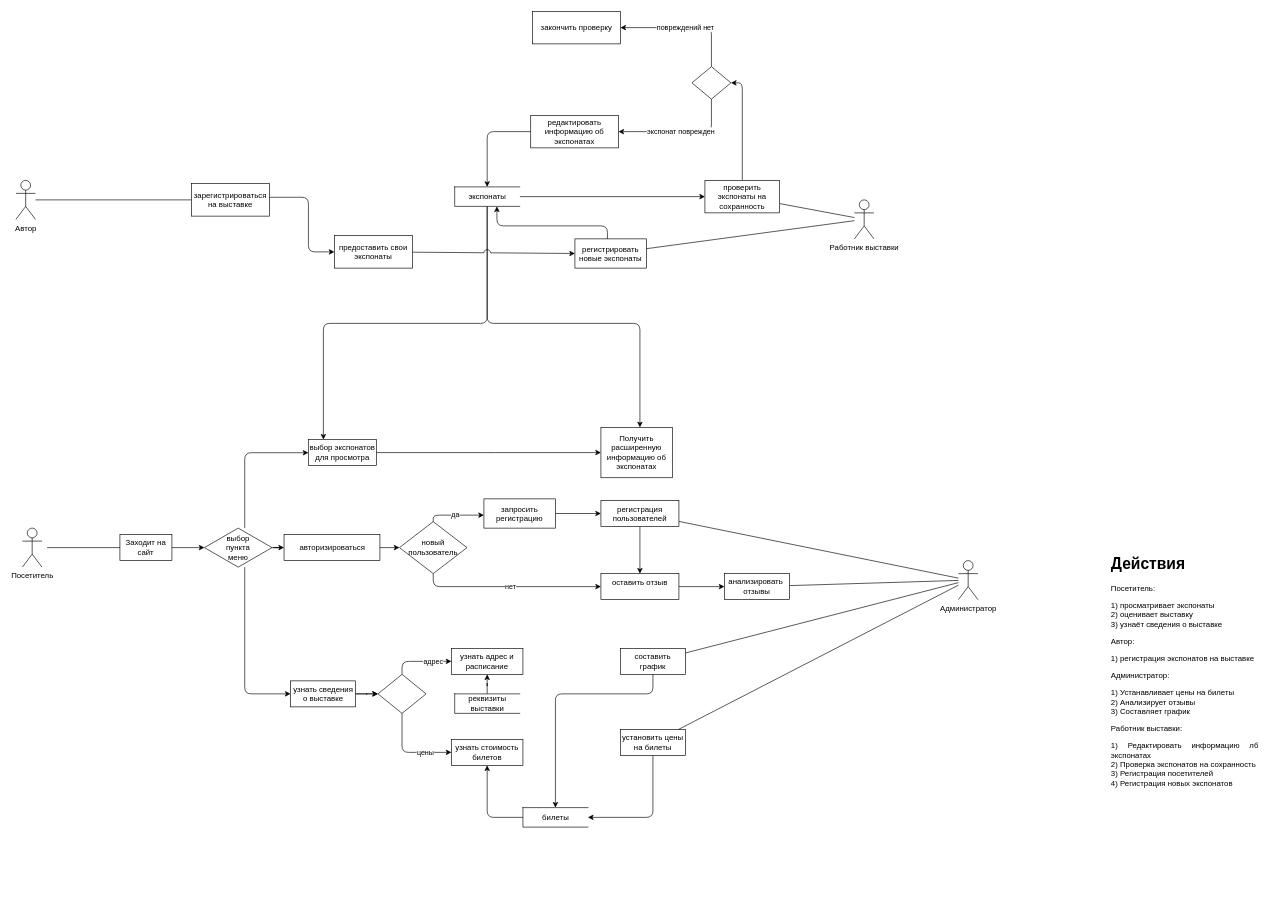
Earlier version of the draw.io diagram page "Page-1" (1 of 2) of Diagrams/DFD_use-case.drawio (OlgaMats/-). Source tidied: cells renumbered, new cells numbered last; positions are measured from the earlier drawing's top-left corner, leaving out a move shared by most shapes. Both pictures are drawn from the tidied source at 65%, with x=0, y=0 at pixel (16, 11).
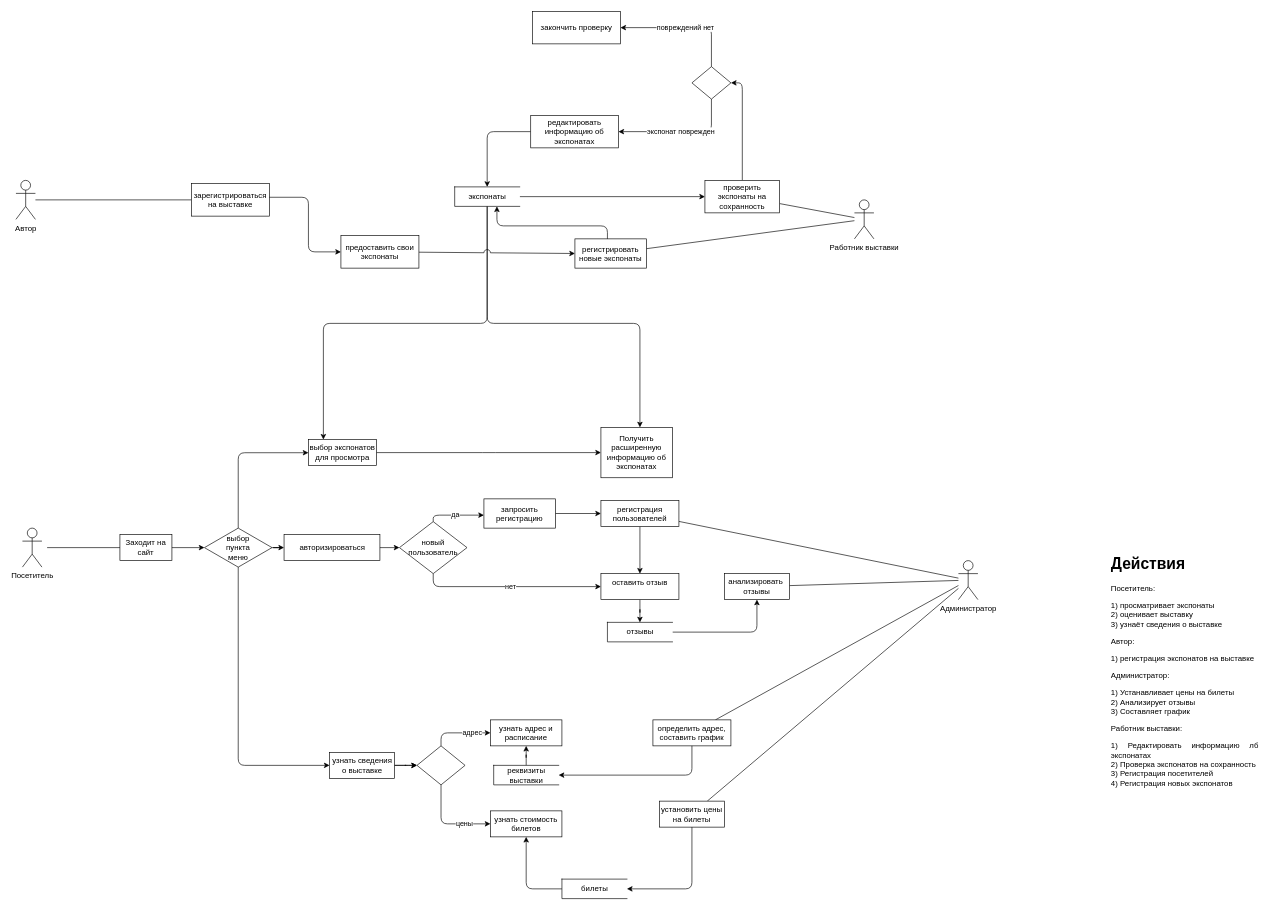
Above is the later version.

Unchanged cells that the change refers to:
```xml
<mxCell id="17" value="выбор экспонатов для просмотра" style="rounded=0;whiteSpace=wrap;html=1;hachureGap=4;strokeWidth=1;" parent="1" vertex="1">
  <mxGeometry x="450" y="658.8" width="105" height="40" as="geometry" />
</mxCell>
<mxCell id="30" value="анализировать&amp;nbsp;&lt;br&gt;отзывы" style="rounded=0;whiteSpace=wrap;html=1;hachureGap=4;strokeWidth=1;" parent="1" vertex="1">
  <mxGeometry x="1090" y="865" width="100" height="40" as="geometry" />
</mxCell>
<mxCell id="45" value="выбор&lt;br&gt;пункта&lt;br&gt;меню" style="strokeWidth=1;html=1;shape=mxgraph.flowchart.decision;whiteSpace=wrap;" parent="1" vertex="1">
  <mxGeometry x="290" y="795" width="104" height="60" as="geometry" />
</mxCell>
<mxCell id="55" value="оставить отзыв" style="whiteSpace=wrap;html=1;verticalAlign=top;strokeWidth=1;" parent="1" vertex="1">
  <mxGeometry x="900" y="865" width="120" height="40" as="geometry" />
</mxCell>
```

Change to the diagram source:
```diff
@@
     <mxCell id="7" value="узнать сведения о выставке" style="rounded=0;whiteSpace=wrap;html=1;hachureGap=4;strokeWidth=1;" parent="1" vertex="1">
-      <mxGeometry x="422.5" y="1030" width="100" height="40" as="geometry" />
+      <mxGeometry x="482.5" y="1140" width="100" height="40" as="geometry" />
     </mxCell>
     <mxCell id="8" style="endArrow=classic;html=1;endFill=1;edgeStyle=orthogonalEdgeStyle;" parent="1" edge="1" source="45" target="7">
       <mxGeometry relative="1" as="geometry">
         <Array as="points">
-          <mxPoint x="352" y="1050" />
+          <mxPoint x="342" y="1160" />
         </Array>
       </mxGeometry>
     </mxCell>
     <mxCell id="9" value="узнать стоимость билетов" style="rounded=0;whiteSpace=wrap;html=1;hachureGap=4;strokeWidth=1;" parent="1" vertex="1">
-      <mxGeometry x="670" y="1120" width="110" height="40" as="geometry" />
+      <mxGeometry x="730" y="1230" width="110" height="40" as="geometry" />
     </mxCell>
     <mxCell id="10" value="узнать адрес и расписание" style="rounded=0;whiteSpace=wrap;html=1;hachureGap=4;strokeWidth=1;" parent="1" vertex="1">
-      <mxGeometry x="670" y="980" width="110" height="40" as="geometry" />
+      <mxGeometry x="730" y="1090" width="110" height="40" as="geometry" />
     </mxCell>
     <mxCell id="11" style="strokeWidth=1;html=1;shape=mxgraph.flowchart.decision;whiteSpace=wrap;" parent="1" vertex="1">
-      <mxGeometry x="557" y="1020" width="74" height="60" as="geometry" />
+      <mxGeometry x="617" y="1130" width="74" height="60" as="geometry" />
     </mxCell>
@@
     <mxCell id="13" value="адрес" style="endArrow=classic;html=1;rounded=1;edgeStyle=orthogonalEdgeStyle;" parent="1" edge="1" source="11" target="10">
       <mxGeometry x="0.41" relative="1" as="geometry">
         <Array as="points">
-          <mxPoint x="594" y="1000" />
+          <mxPoint x="654" y="1110" />
         </Array>
       </mxGeometry>
     </mxCell>
     <mxCell id="14" value="цены" style="endArrow=classic;html=1;rounded=1;edgeStyle=orthogonalEdgeStyle;" parent="1" edge="1" source="11" target="9">
       <mxGeometry x="0.41" relative="1" as="geometry">
         <Array as="points">
-          <mxPoint x="594" y="1140" />
+          <mxPoint x="654" y="1250" />
         </Array>
       </mxGeometry>
     </mxCell>
@@
     <mxCell id="28" value="установить цены&lt;br&gt;на билеты" style="rounded=0;whiteSpace=wrap;html=1;hachureGap=4;strokeWidth=1;" parent="1" vertex="1">
-      <mxGeometry x="930" y="1105" width="100" height="40" as="geometry" />
+      <mxGeometry x="990" y="1215" width="100" height="40" as="geometry" />
     </mxCell>
@@
-    <mxCell id="32" value="составить график" style="rounded=0;whiteSpace=wrap;html=1;hachureGap=4;strokeWidth=1;" parent="1" vertex="1">
-      <mxGeometry x="930" y="980" width="100" height="40" as="geometry" />
+    <mxCell id="32" value="определить адрес, составить график" style="rounded=0;whiteSpace=wrap;html=1;hachureGap=4;strokeWidth=1;" parent="1" vertex="1">
+      <mxGeometry x="980" y="1090" width="120" height="40" as="geometry" />
     </mxCell>
@@
     <mxCell id="40" style="endArrow=classic;html=1;edgeStyle=orthogonalEdgeStyle;" parent="1" edge="1" source="28" target="66">
       <mxGeometry relative="1" as="geometry">
         <Array as="points">
-          <mxPoint x="980" y="1240" />
+          <mxPoint x="1040" y="1350" />
         </Array>
       </mxGeometry>
     </mxCell>
-    <mxCell id="41" style="endArrow=classic;html=1;jumpStyle=arc;jumpSize=10;edgeStyle=orthogonalEdgeStyle;" parent="1" edge="1" source="32" target="66">
+    <mxCell id="41" style="endArrow=classic;html=1;jumpStyle=arc;jumpSize=10;edgeStyle=orthogonalEdgeStyle;" parent="1" edge="1" source="32" target="64">
       <mxGeometry relative="1" as="geometry">
         <Array as="points">
-          <mxPoint x="980" y="1050" />
-          <mxPoint x="830" y="1050" />
+          <mxPoint x="1040" y="1175" />
         </Array>
       </mxGeometry>
     </mxCell>
@@
     <mxCell id="43" style="endArrow=classic;html=1;endFill=1;edgeStyle=orthogonalEdgeStyle;" parent="1" edge="1" source="45" target="17">
       <mxGeometry relative="1" as="geometry">
         <Array as="points">
-          <mxPoint x="352" y="679" />
+          <mxPoint x="342" y="679" />
         </Array>
       </mxGeometry>
     </mxCell>
@@
-    <mxCell id="54" style="edgeStyle=orthogonalEdgeStyle;jettySize=auto;html=1;endFill=1;" parent="1" edge="1" source="55" target="30">
-      <mxGeometry relative="1" as="geometry" />
-    </mxCell>
+    <mxCell id="71" style="edgeStyle=orthogonalEdgeStyle;rounded=0;jettySize=auto;html=1;" parent="1" edge="1" source="55" target="73">
+      <mxGeometry relative="1" as="geometry" />
+    </mxCell>
@@
     <mxCell id="64" value="реквизиты&lt;br&gt;выставки" style="html=1;dashed=0;whitespace=wrap;shape=partialRectangle;right=0;" parent="1" vertex="1">
-      <mxGeometry x="675" y="1050" width="100" height="30" as="geometry" />
+      <mxGeometry x="735" y="1160" width="100" height="30" as="geometry" />
     </mxCell>
     <mxCell id="65" style="edgeStyle=orthogonalEdgeStyle;jettySize=auto;html=1;endFill=1;" parent="1" edge="1" source="66" target="9">
       <mxGeometry relative="1" as="geometry">
         <Array as="points">
-          <mxPoint x="725" y="1240" />
+          <mxPoint x="785" y="1350" />
         </Array>
       </mxGeometry>
     </mxCell>
     <mxCell id="66" value="билеты" style="html=1;dashed=0;whitespace=wrap;shape=partialRectangle;right=0;" parent="1" vertex="1">
-      <mxGeometry x="780" y="1225" width="100" height="30" as="geometry" />
+      <mxGeometry x="840" y="1335" width="100" height="30" as="geometry" />
     </mxCell>
@@
     <mxCell id="69" value="предоставить свои экспонаты" style="rounded=0;whiteSpace=wrap;html=1;hachureGap=4;strokeWidth=1;" parent="1" vertex="1">
-      <mxGeometry x="490" y="345" width="120" height="50" as="geometry" />
+      <mxGeometry x="500" y="345" width="120" height="50" as="geometry" />
     </mxCell>
@@
+    <mxCell id="72" style="edgeStyle=orthogonalEdgeStyle;rounded=1;jettySize=auto;html=1;" parent="1" edge="1" source="73" target="30">
+      <mxGeometry relative="1" as="geometry" />
+    </mxCell>
+    <mxCell id="73" value="отзывы" style="html=1;dashed=0;whitespace=wrap;shape=partialRectangle;right=0;" parent="1" vertex="1">
+      <mxGeometry x="910" y="940" width="100" height="30" as="geometry" />
+    </mxCell>
```
